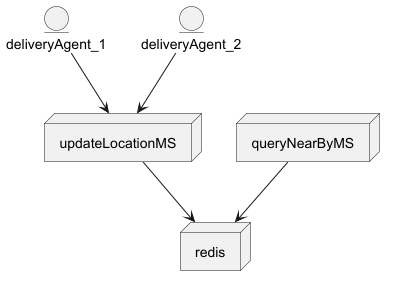
Above: docs/HLD-1.png in ozdemirht/py_redis_1 (PlantUML), before the change.
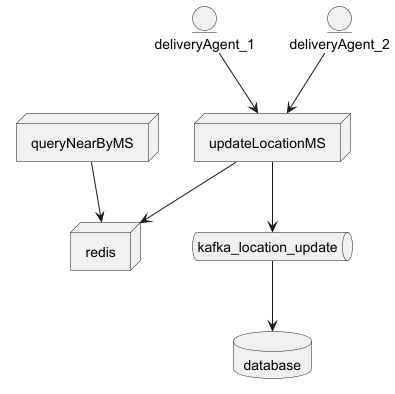
The same diagram one commit later.

Commit message:
Added outbox pattern HLD

The edit, as a diff of the source:
```diff
@@ -9,6 +9,10 @@
 
 node redis
 
+database database
+
+queue kafka_location_update
+
 deliveryAgent_1 --> updateLocationMS
 
 deliveryAgent_2 --> updateLocationMS
@@ -16,5 +20,8 @@
 updateLocationMS --> redis
 
 queryNearByMS --> redis
+updateLocationMS --> kafka_location_update
+
+kafka_location_update --> database
 
 @enduml
```
